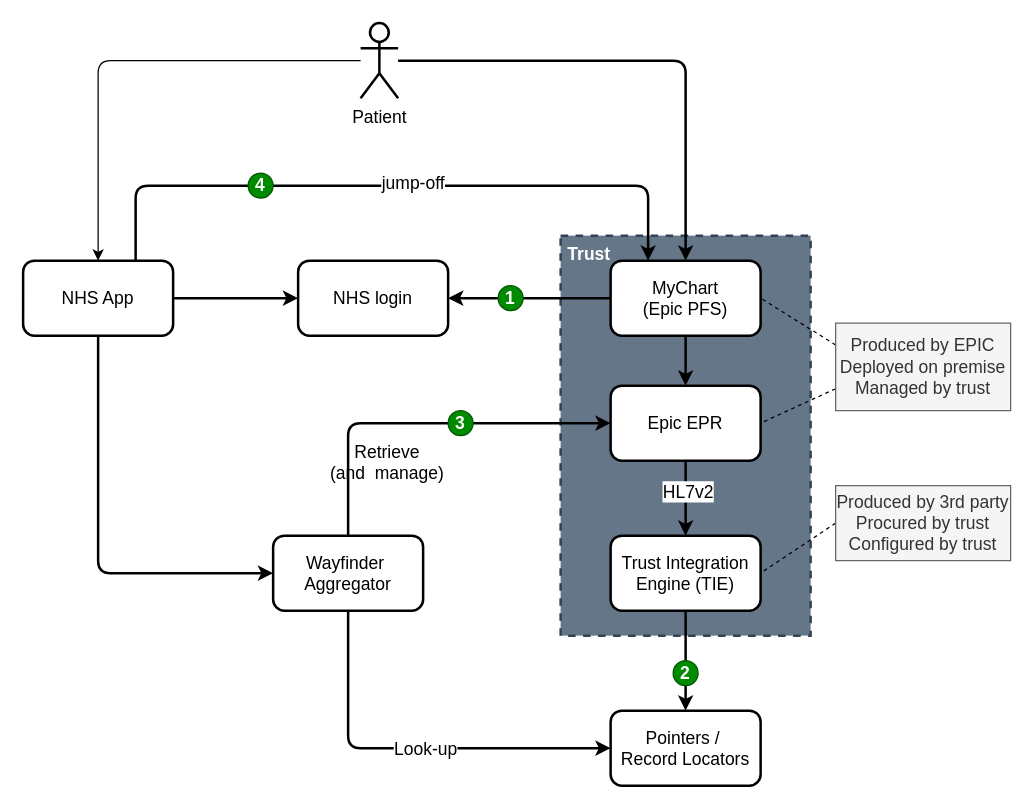
The draw.io diagram pages/images/Figure1.drawio in NHSDigital/nhse-epr-integration, before the edit. Source tidied: cells renumbered, new cells numbered last; positions are measured from the earlier drawing's top-left corner, leaving out a move shared by most shapes. Both pictures are drawn from the tidied source at 125%, with x=0, y=0 at pixel (22, 22).
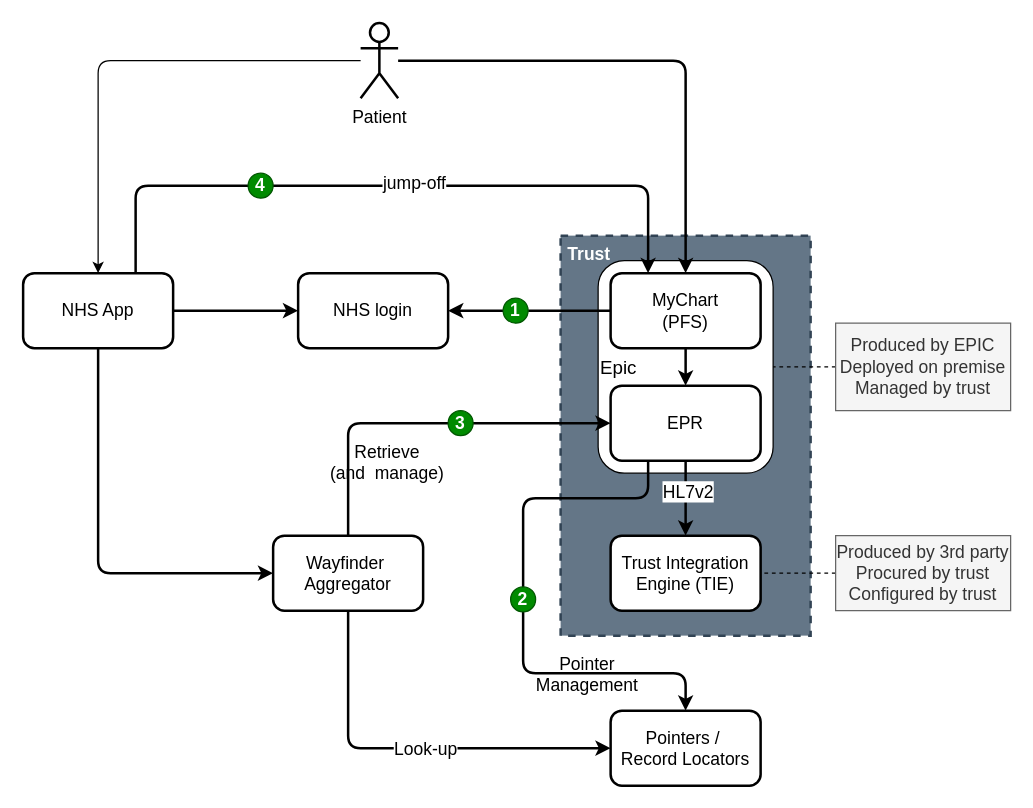
Above is the later version.

The change refers to these unchanged cells:
```xml
<mxCell id="7" value="Trust Integration Engine (TIE)" style="rounded=1;whiteSpace=wrap;html=1;strokeWidth=2;fontSize=14;" parent="1" vertex="1">
  <mxGeometry x="470" y="410" width="120" height="60" as="geometry" />
</mxCell>
<mxCell id="10" value="Produced by EPIC&lt;div&gt;Deployed on premise&lt;/div&gt;&lt;div&gt;Managed by trust&lt;/div&gt;" style="rounded=0;whiteSpace=wrap;html=1;fillColor=#f5f5f5;fontColor=#333333;strokeColor=#666666;fontSize=14;" parent="1" vertex="1">
  <mxGeometry x="650" y="240" width="140" height="70" as="geometry" />
</mxCell>
<mxCell id="13" value="Pointers /&amp;nbsp;&lt;div&gt;Record Locators&lt;/div&gt;" style="rounded=1;whiteSpace=wrap;html=1;strokeWidth=2;fontSize=14;" parent="1" vertex="1">
  <mxGeometry x="470" y="550" width="120" height="60" as="geometry" />
</mxCell>
```

Change to the diagram source:
```diff
@@
+    <mxCell id="35" value="Epic" style="rounded=1;whiteSpace=wrap;html=1;fillColor=#FFFFFF;fontColor=#000000;align=left;fontSize=15;" parent="1" vertex="1">
+      <mxGeometry x="460" y="190" width="140" height="170" as="geometry" />
+    </mxCell>
@@
+    <mxCell id="36" style="edgeStyle=orthogonalEdgeStyle;html=1;exitX=0.25;exitY=1;exitDx=0;exitDy=0;entryX=0.5;entryY=0;entryDx=0;entryDy=0;fontSize=15;fontColor=#000000;strokeWidth=2;" parent="1" edge="1" source="5" target="13">
+      <mxGeometry relative="1" as="geometry">
+        <Array as="points">
+          <mxPoint x="500" y="380" />
+          <mxPoint x="400" y="380" />
+          <mxPoint x="400" y="520" />
+          <mxPoint x="530" y="520" />
+        </Array>
+      </mxGeometry>
+    </mxCell>
-    <mxCell id="5" value="Epic EPR" style="rounded=1;whiteSpace=wrap;html=1;strokeWidth=2;fontSize=14;" parent="1" vertex="1">
+    <mxCell id="5" value="EPR" style="rounded=1;whiteSpace=wrap;html=1;strokeWidth=2;fontSize=14;" parent="1" vertex="1">
       <mxGeometry x="470" y="290" width="120" height="60" as="geometry" />
     </mxCell>
-    <mxCell id="6" style="edgeStyle=orthogonalEdgeStyle;rounded=0;jettySize=auto;html=1;strokeWidth=2;fontSize=14;" parent="1" edge="1" source="7" target="13">
-      <mxGeometry relative="1" as="geometry" />
-    </mxCell>
@@
-    <mxCell id="8" style="rounded=0;jettySize=auto;html=1;entryX=1;entryY=0.5;entryDx=0;entryDy=0;endArrow=none;endFill=0;exitX=0;exitY=0.75;exitDx=0;exitDy=0;dashed=1;fontSize=14;" parent="1" edge="1" source="10" target="5">
+    <mxCell id="8" style="rounded=0;jettySize=auto;html=1;entryX=1;entryY=0.5;entryDx=0;entryDy=0;endArrow=none;endFill=0;exitX=0;exitY=0.5;exitDx=0;exitDy=0;dashed=1;fontSize=14;" parent="1" edge="1" source="10" target="35">
       <mxGeometry relative="1" as="geometry" />
     </mxCell>
-    <mxCell id="9" style="rounded=0;jettySize=auto;html=1;entryX=1;entryY=0.5;entryDx=0;entryDy=0;endArrow=none;endFill=0;exitX=0;exitY=0.25;exitDx=0;exitDy=0;dashed=1;fontSize=14;" parent="1" edge="1" source="10" target="30">
-      <mxGeometry relative="1" as="geometry" />
-    </mxCell>
@@
     <mxCell id="12" value="Produced by 3rd party&lt;div&gt;Procured by trust&lt;br&gt;&lt;div&gt;Configured by trust&lt;/div&gt;&lt;/div&gt;" style="rounded=0;whiteSpace=wrap;html=1;fillColor=#f5f5f5;fontColor=#333333;strokeColor=#666666;fontSize=14;" parent="1" vertex="1">
-      <mxGeometry x="650" y="370" width="140" height="60" as="geometry" />
+      <mxGeometry x="650" y="410" width="140" height="60" as="geometry" />
     </mxCell>
@@
     <mxCell id="23" value="NHS App" style="rounded=1;whiteSpace=wrap;html=1;strokeWidth=2;fontSize=14;" parent="1" vertex="1">
-      <mxGeometry y="190" width="120" height="60" as="geometry" />
+      <mxGeometry y="200" width="120" height="60" as="geometry" />
     </mxCell>
     <mxCell id="24" value="NHS login" style="rounded=1;whiteSpace=wrap;html=1;strokeWidth=2;fontSize=14;" parent="1" vertex="1">
-      <mxGeometry x="220" y="190" width="120" height="60" as="geometry" />
+      <mxGeometry x="220" y="200" width="120" height="60" as="geometry" />
     </mxCell>
@@
-    <mxCell id="29" style="edgeStyle=orthogonalEdgeStyle;rounded=0;jettySize=auto;html=1;entryX=1;entryY=0.5;entryDx=0;entryDy=0;strokeWidth=2;fontSize=14;" parent="1" edge="1" source="30" target="24">
+    <mxCell id="29" style="edgeStyle=orthogonalEdgeStyle;rounded=0;jettySize=auto;html=1;entryX=1;entryY=0.5;entryDx=0;entryDy=0;strokeWidth=2;fontSize=14;startArrow=none;" parent="1" edge="1" source="31" target="24">
       <mxGeometry relative="1" as="geometry" />
     </mxCell>
-    <mxCell id="30" value="MyChart&lt;div&gt;(Epic PFS)&lt;/div&gt;" style="rounded=1;whiteSpace=wrap;html=1;strokeWidth=2;fontSize=14;" parent="1" vertex="1">
-      <mxGeometry x="470" y="190" width="120" height="60" as="geometry" />
+    <mxCell id="30" value="MyChart&lt;div&gt;(PFS)&lt;/div&gt;" style="rounded=1;whiteSpace=wrap;html=1;strokeWidth=2;fontSize=14;" parent="1" vertex="1">
+      <mxGeometry x="470" y="200" width="120" height="60" as="geometry" />
     </mxCell>
-    <mxCell id="31" value="1" style="ellipse;whiteSpace=wrap;html=1;fillColor=#008a00;strokeColor=#005700;fontSize=14;fontStyle=1;fontColor=#ffffff;" parent="1" vertex="1">
-      <mxGeometry x="380" y="210" width="20" height="20" as="geometry" />
-    </mxCell>
     <mxCell id="32" value="2" style="ellipse;whiteSpace=wrap;html=1;fillColor=#008a00;strokeColor=#005700;fontSize=14;fontColor=#ffffff;fontStyle=1;" parent="1" vertex="1">
-      <mxGeometry x="520" y="510" width="20" height="20" as="geometry" />
+      <mxGeometry x="390" y="451" width="20" height="20" as="geometry" />
     </mxCell>
@@
+    <mxCell id="37" value="Pointer&lt;br&gt;Management" style="edgeLabel;html=1;align=center;verticalAlign=middle;labelBackgroundColor=none;fontSize=14;" parent="1" vertex="1">
+      <mxGeometry x="450" y="520" as="geometry" />
+    </mxCell>
+    <mxCell id="38" style="edgeStyle=orthogonalEdgeStyle;rounded=0;jettySize=auto;html=1;entryX=1;entryY=0.5;entryDx=0;entryDy=0;strokeWidth=2;fontSize=14;endArrow=none;" parent="1" edge="1" source="30" target="31">
+      <mxGeometry relative="1" as="geometry" />
+    </mxCell>
+    <mxCell id="31" value="1" style="ellipse;whiteSpace=wrap;html=1;fillColor=#008a00;strokeColor=#005700;fontSize=14;fontStyle=1;fontColor=#ffffff;" parent="1" vertex="1">
+      <mxGeometry x="384" y="220" width="20" height="20" as="geometry" />
+    </mxCell>
```
